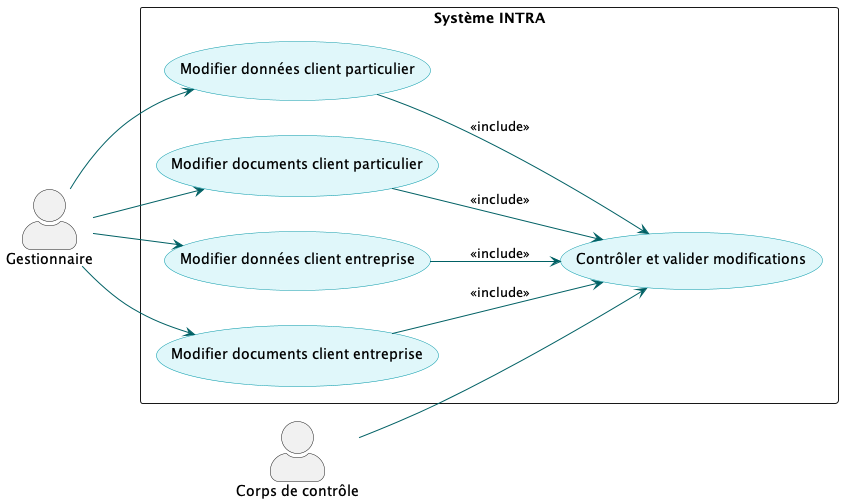
Before: KYC-ENGLISH-VERSION/KYC USE-CASES/USES-CASES GRANDES ETAPES/Modification/ModificationClient.png, a diagram exported from PlantUML (caranvalis/diagramePlantUml). The source it was exported from:
```plantuml
@startuml ModificationClient
skinparam actorStyle awesome
skinparam usecase {
    BackgroundColor #E0F7FA
    BorderColor #0097A7
    ArrowColor #006064
}
skinparam packageStyle rectangle
left to right direction

actor "Gestionnaire" as Gestionnaire
actor "Corps de contrôle" as Controle

package "Système INTRA" as INTRA {
    usecase "Modifier données client particulier" as ModifPart
    usecase "Modifier documents client particulier" as ModifDocPart
    usecase "Modifier données client entreprise" as ModifEnt
    usecase "Modifier documents client entreprise" as ModifDocEnt
    usecase "Contrôler et valider modifications" as Validation
}

Gestionnaire --> ModifPart
Gestionnaire --> ModifDocPart
Gestionnaire --> ModifEnt
Gestionnaire --> ModifDocEnt

ModifPart --> Validation : <<include>>
ModifDocPart --> Validation : <<include>>
ModifEnt --> Validation : <<include>>
ModifDocEnt --> Validation : <<include>>

Controle --> Validation

@enduml
```
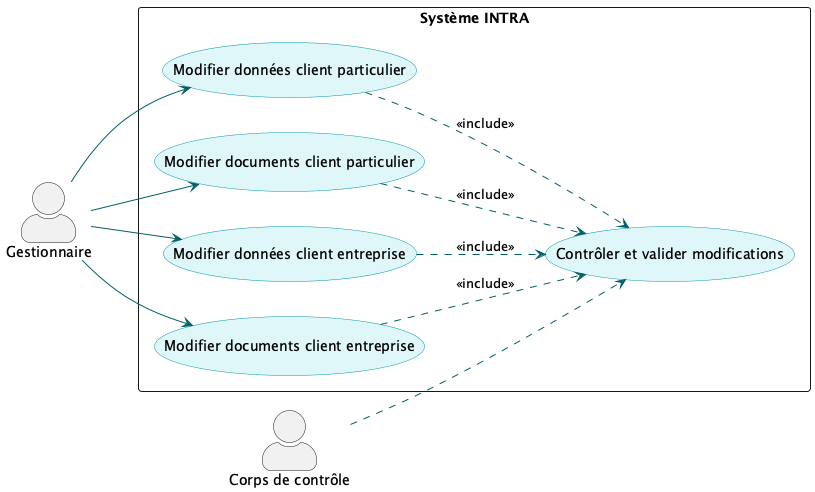
Above is the later version.

Diff of the diagram source:
```diff
@@ -24,11 +24,11 @@
 Gestionnaire --> ModifEnt
 Gestionnaire --> ModifDocEnt
 
-ModifPart --> Validation : <<include>>
-ModifDocPart --> Validation : <<include>>
-ModifEnt --> Validation : <<include>>
-ModifDocEnt --> Validation : <<include>>
+ModifPart ..> Validation : <<include>>
+ModifDocPart ..> Validation : <<include>>
+ModifEnt ..> Validation : <<include>>
+ModifDocEnt ..> Validation : <<include>>
 
-Controle --> Validation
+Controle ..> Validation
 
 @enduml
```
